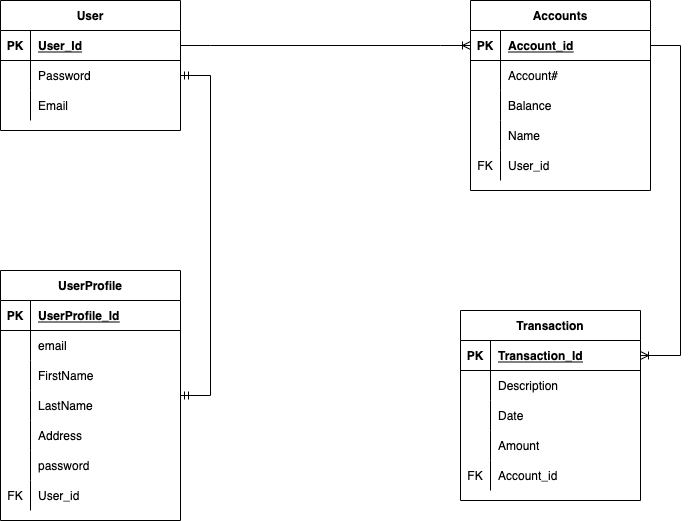
Before: banking app.drawio.png, a diagram exported from draw.io (EricBrown589/unit-2-project). Source tidied: cells renumbered, new cells last; positions are measured from the earlier drawing's top-left corner, leaving out a move shared by most shapes.
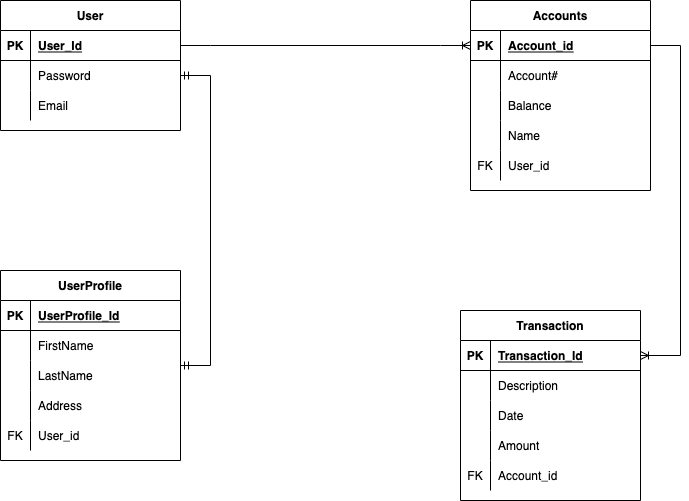
The same diagram one commit later.

Diff of the diagram source:
```diff
@@ -132,7 +132,7 @@
       <mxGeometry x="30" width="150" height="30" as="geometry" />
     </mxCell>
     <mxCell id="45" value="UserProfile" style="shape=table;startSize=30;rowLines=0;fontStyle=1;align=center;" parent="1" vertex="1">
-      <mxGeometry y="270" width="180" height="250" as="geometry" />
+      <mxGeometry y="270" width="180" height="190" as="geometry" />
     </mxCell>
     <mxCell id="46" style="shape=partialRectangle;fillColor=none;top=0;left=0;bottom=1;right=0;" parent="45" vertex="1">
       <mxGeometry y="30" width="180" height="30" as="geometry" />
@@ -143,17 +143,8 @@
     <mxCell id="48" value="UserProfile_Id" style="shape=partialRectangle;fillColor=none;top=0;left=0;bottom=0;right=0;align=left;spacingLeft=6;fontStyle=5;overflow=hidden;" parent="46" vertex="1">
       <mxGeometry x="30" width="150" height="30" as="geometry" />
     </mxCell>
-    <mxCell id="49" style="shape=partialRectangle;fillColor=none;top=0;left=0;bottom=0;right=0;" parent="45" vertex="1">
-      <mxGeometry y="60" width="180" height="30" as="geometry" />
-    </mxCell>
-    <mxCell id="50" style="shape=partialRectangle;fillColor=none;top=0;left=0;bottom=0;right=0;overflow=hidden;" parent="49" vertex="1">
-      <mxGeometry width="30" height="30" as="geometry" />
-    </mxCell>
-    <mxCell id="51" value="email" style="shape=partialRectangle;fillColor=none;top=0;left=0;bottom=0;right=0;align=left;spacingLeft=6;overflow=hidden;" parent="49" vertex="1">
-      <mxGeometry x="30" width="150" height="30" as="geometry" />
-    </mxCell>
     <mxCell id="52" style="shape=partialRectangle;fillColor=none;top=0;left=0;bottom=0;right=0;" parent="45" vertex="1">
-      <mxGeometry y="90" width="180" height="30" as="geometry" />
+      <mxGeometry y="60" width="180" height="30" as="geometry" />
     </mxCell>
     <mxCell id="53" style="shape=partialRectangle;fillColor=none;top=0;left=0;bottom=0;right=0;overflow=hidden;" parent="52" vertex="1">
       <mxGeometry width="30" height="30" as="geometry" />
@@ -162,7 +153,7 @@
       <mxGeometry x="30" width="150" height="30" as="geometry" />
     </mxCell>
     <mxCell id="55" style="shape=partialRectangle;fillColor=none;top=0;left=0;bottom=0;right=0;" parent="45" vertex="1">
-      <mxGeometry y="120" width="180" height="30" as="geometry" />
+      <mxGeometry y="90" width="180" height="30" as="geometry" />
     </mxCell>
     <mxCell id="56" style="shape=partialRectangle;fillColor=none;top=0;left=0;bottom=0;right=0;overflow=hidden;" parent="55" vertex="1">
       <mxGeometry width="30" height="30" as="geometry" />
@@ -171,7 +162,7 @@
       <mxGeometry x="30" width="150" height="30" as="geometry" />
     </mxCell>
     <mxCell id="58" style="shape=partialRectangle;fillColor=none;top=0;left=0;bottom=0;right=0;" parent="45" vertex="1">
-      <mxGeometry y="150" width="180" height="30" as="geometry" />
+      <mxGeometry y="120" width="180" height="30" as="geometry" />
     </mxCell>
     <mxCell id="59" style="shape=partialRectangle;fillColor=none;top=0;left=0;bottom=0;right=0;overflow=hidden;" parent="58" vertex="1">
       <mxGeometry width="30" height="30" as="geometry" />
@@ -179,17 +170,8 @@
     <mxCell id="60" value="Address" style="shape=partialRectangle;fillColor=none;top=0;left=0;bottom=0;right=0;align=left;spacingLeft=6;overflow=hidden;" parent="58" vertex="1">
       <mxGeometry x="30" width="150" height="30" as="geometry" />
     </mxCell>
-    <mxCell id="61" style="shape=partialRectangle;fillColor=none;top=0;left=0;bottom=0;right=0;" parent="45" vertex="1">
-      <mxGeometry y="180" width="180" height="30" as="geometry" />
-    </mxCell>
-    <mxCell id="62" style="shape=partialRectangle;fillColor=none;top=0;left=0;bottom=0;right=0;overflow=hidden;" parent="61" vertex="1">
-      <mxGeometry width="30" height="30" as="geometry" />
-    </mxCell>
-    <mxCell id="63" value="password" style="shape=partialRectangle;fillColor=none;top=0;left=0;bottom=0;right=0;align=left;spacingLeft=6;overflow=hidden;" parent="61" vertex="1">
-      <mxGeometry x="30" width="150" height="30" as="geometry" />
-    </mxCell>
     <mxCell id="64" style="shape=partialRectangle;fillColor=none;top=0;left=0;bottom=0;right=0;" parent="45" vertex="1">
-      <mxGeometry y="210" width="180" height="30" as="geometry" />
+      <mxGeometry y="150" width="180" height="30" as="geometry" />
     </mxCell>
     <mxCell id="65" value="FK" style="shape=partialRectangle;fillColor=none;top=0;left=0;bottom=0;right=0;overflow=hidden;" parent="64" vertex="1">
       <mxGeometry width="30" height="30" as="geometry" />
```
